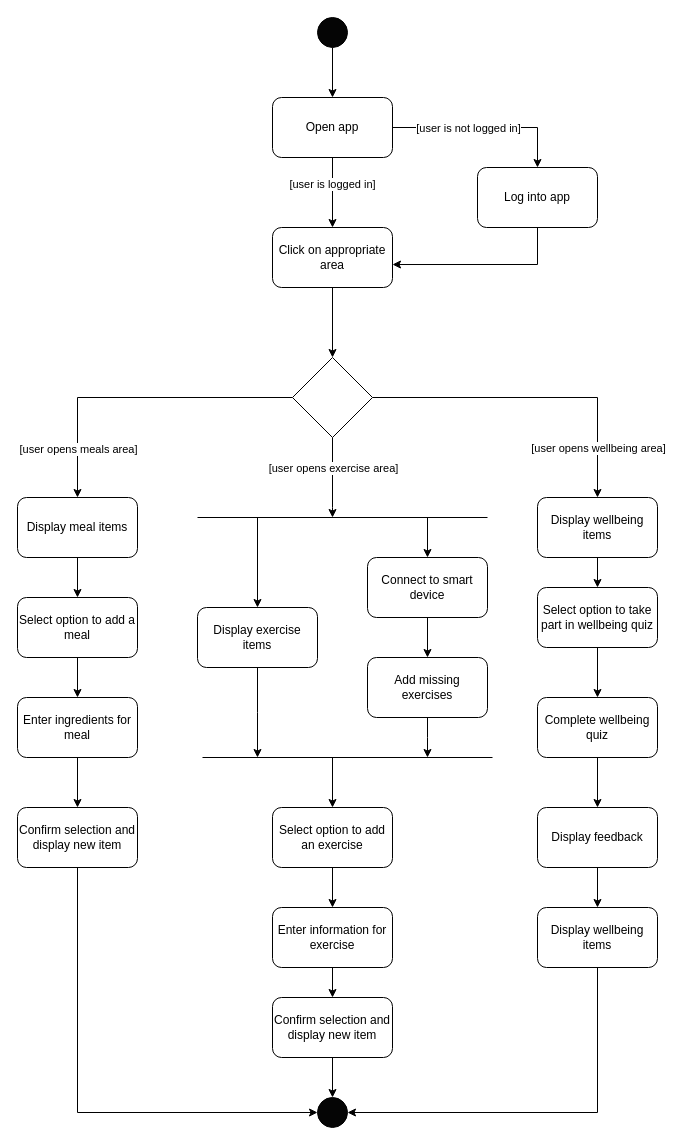
The draw.io diagram ActivityDiagram_ViewActivities.drawio in ahammond3aws/DC2SEN, before the edit. Source tidied: cells renumbered, new cells numbered last; positions are measured from the earlier drawing's top-left corner, leaving out a move shared by most shapes. Both pictures are drawn from the tidied source at 100%, with x=0, y=0 at pixel (17, 17).
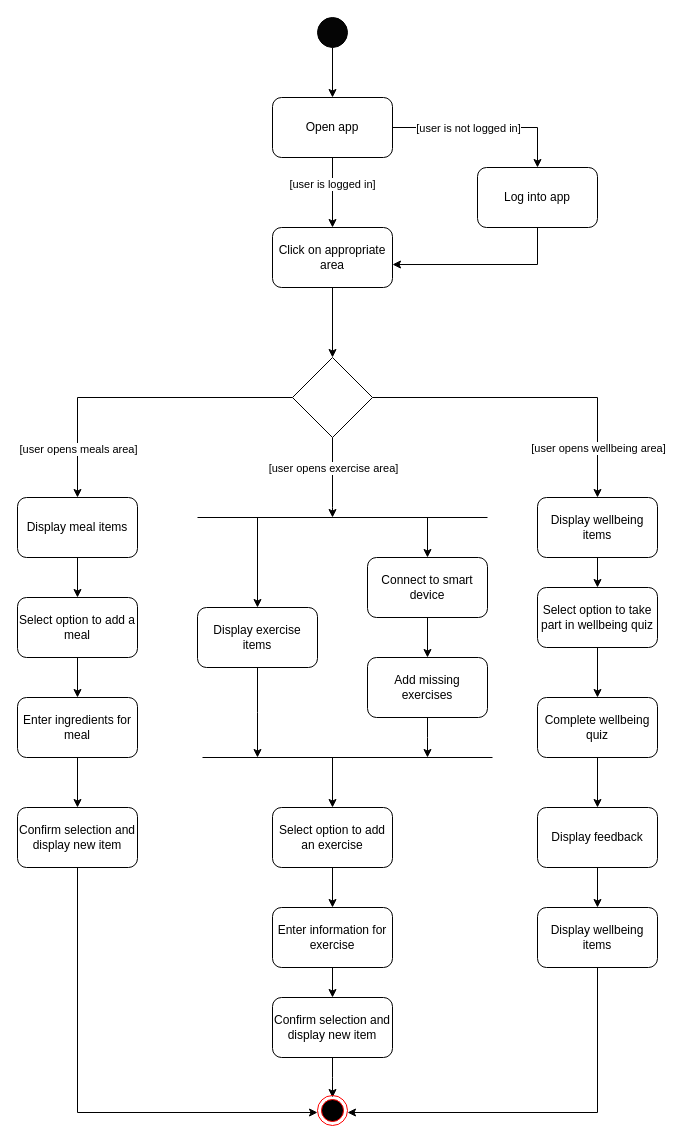
The same page after the edit.

Unchanged cells that the change refers to:
```xml
<mxCell id="26" value="Confirm selection and display new item" style="rounded=1;whiteSpace=wrap;html=1;fillColor=#FFFFFF;" parent="1" vertex="1">
  <mxGeometry y="790" width="120" height="60" as="geometry" />
</mxCell>
<mxCell id="44" value="Confirm selection and display new item" style="rounded=1;whiteSpace=wrap;html=1;fillColor=#FFFFFF;" parent="1" vertex="1">
  <mxGeometry x="255" y="980" width="120" height="60" as="geometry" />
</mxCell>
<mxCell id="52" value="Display wellbeing items" style="rounded=1;whiteSpace=wrap;html=1;fillColor=#FFFFFF;" parent="1" vertex="1">
  <mxGeometry x="520" y="890" width="120" height="60" as="geometry" />
</mxCell>
```

What changed in the source:
```diff
@@
-    <mxCell id="25" style="edgeStyle=orthogonalEdgeStyle;rounded=0;jettySize=auto;html=1;entryX=0;entryY=0.5;entryDx=0;entryDy=0;" parent="1" edge="1" source="26" target="53">
+    <mxCell id="25" style="edgeStyle=orthogonalEdgeStyle;rounded=0;jettySize=auto;html=1;entryX=0;entryY=0.5;entryDx=0;entryDy=0;" parent="1" edge="1" source="26">
       <mxGeometry relative="1" as="geometry">
+        <mxPoint x="300" y="1095" as="targetPoint" />
         <Array as="points">
           <mxPoint x="60" y="1095" />
         </Array>
       </mxGeometry>
     </mxCell>
@@
-    <mxCell id="43" style="edgeStyle=orthogonalEdgeStyle;rounded=0;jettySize=auto;html=1;" parent="1" edge="1" source="44" target="53">
-      <mxGeometry relative="1" as="geometry" />
+    <mxCell id="43" style="edgeStyle=orthogonalEdgeStyle;rounded=0;jettySize=auto;html=1;" parent="1" edge="1" source="44">
+      <mxGeometry relative="1" as="geometry">
+        <mxPoint x="315" y="1080" as="targetPoint" />
+      </mxGeometry>
     </mxCell>
@@
-    <mxCell id="51" style="edgeStyle=orthogonalEdgeStyle;rounded=0;jettySize=auto;html=1;entryX=1;entryY=0.5;entryDx=0;entryDy=0;" parent="1" edge="1" source="52" target="53">
+    <mxCell id="51" style="edgeStyle=orthogonalEdgeStyle;rounded=0;jettySize=auto;html=1;entryX=1;entryY=0.5;entryDx=0;entryDy=0;" parent="1" edge="1" source="52">
       <mxGeometry relative="1" as="geometry">
+        <mxPoint x="330" y="1095" as="targetPoint" />
         <Array as="points">
           <mxPoint x="580" y="1095" />
         </Array>
       </mxGeometry>
     </mxCell>
@@
-    <mxCell id="53" style="ellipse;whiteSpace=wrap;html=1;direction=east;fillColor=#050505;" parent="1" vertex="1">
-      <mxGeometry x="300" y="1080" width="30" height="30" as="geometry" />
-    </mxCell>
@@
+    <mxCell id="56" style="ellipse;html=1;shape=endState;fillColor=#000000;strokeColor=#ff0000;" parent="1" vertex="1">
+      <mxGeometry x="300" y="1078" width="30" height="30" as="geometry" />
+    </mxCell>
```
